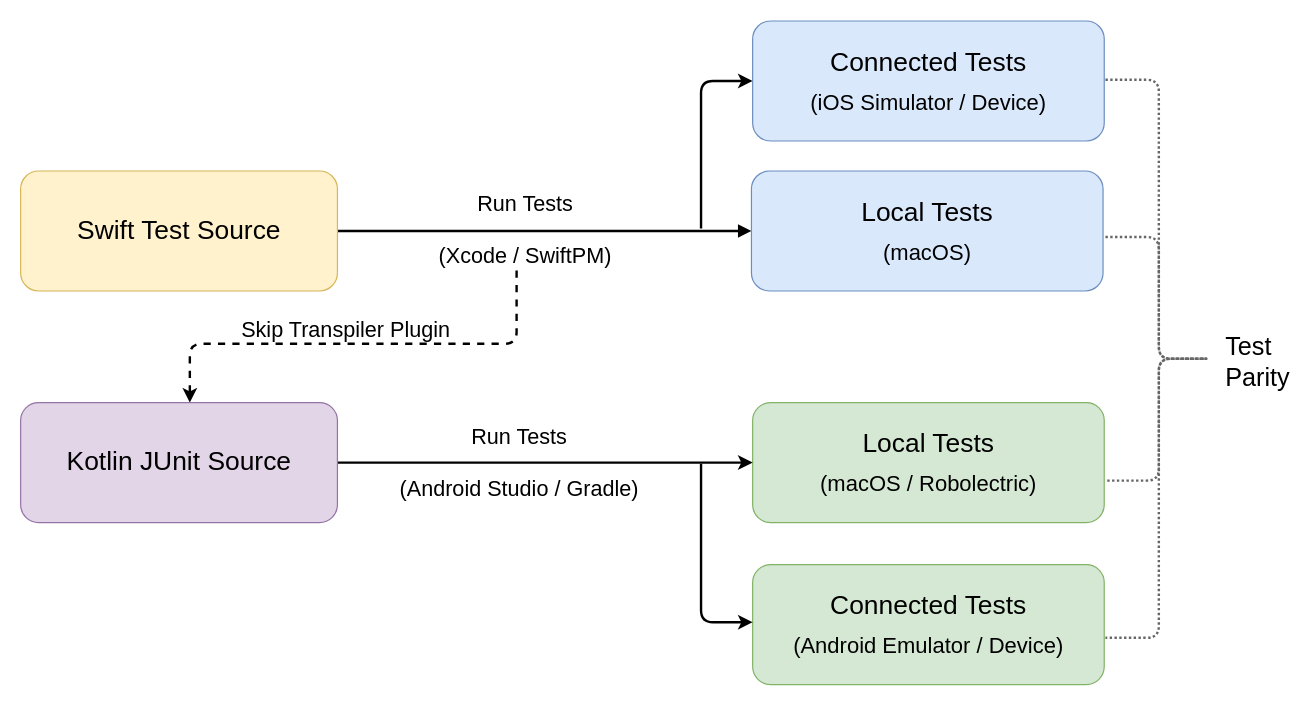
The draw.io diagram page "testing" (3 of 17) of diagrams/skip-diagrams.drawio in skiptools/assets.skip.dev, before the edit. Source tidied: cells renumbered, new cells numbered last; positions are measured from the earlier drawing's top-left corner, leaving out a move shared by most shapes. Both pictures are drawn from the tidied source at 120%, with x=0, y=0 at pixel (20, 20).
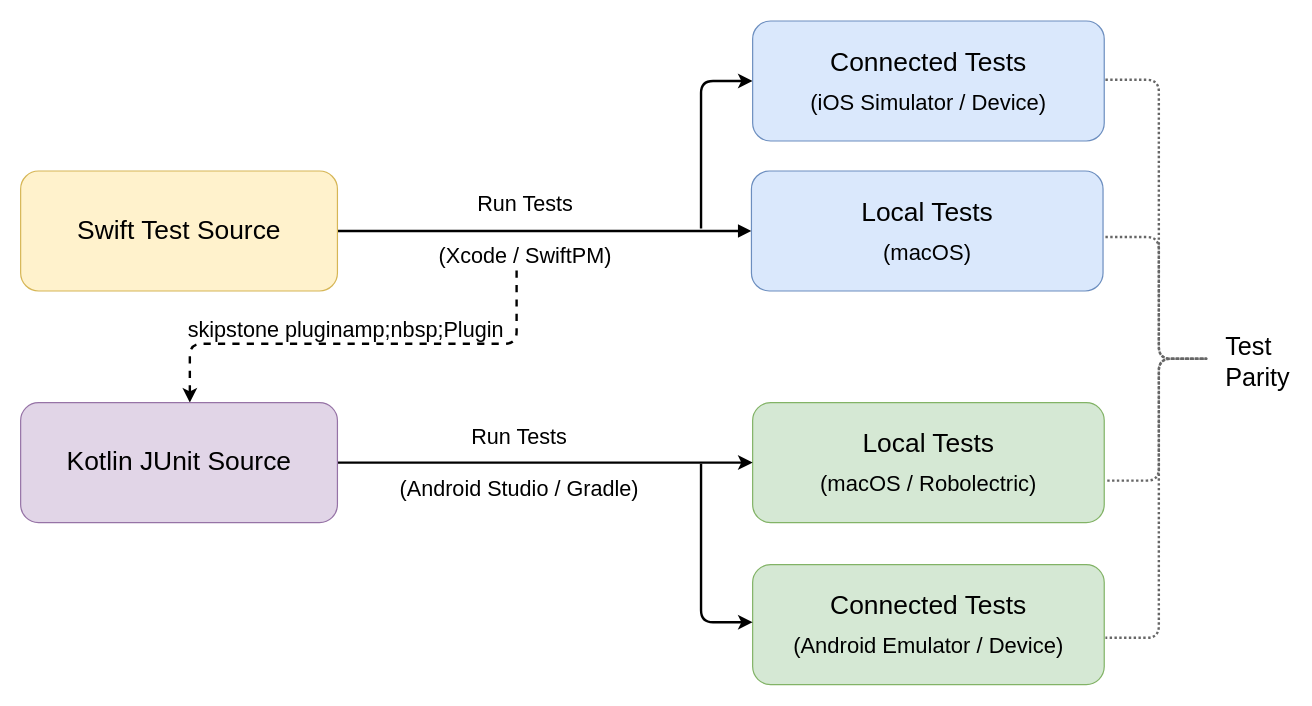
Above is the later version.

Commit message (it also covers changes not shown here):
Relabel "Skip Transpiler Plugin" to "skipstone plugin" in the diagrams.

Unchanged cells that the change refers to:
```xml
<mxCell id="4" style="edgeStyle=orthogonalEdgeStyle;rounded=1;orthogonalLoop=1;jettySize=auto;html=1;entryX=0.5;entryY=0;entryDx=0;entryDy=0;curved=0;dashed=1;strokeWidth=2;" parent="1" edge="1">
  <mxGeometry relative="1" as="geometry">
    <mxPoint x="413" y="208" as="sourcePoint" />
    <mxPoint x="140.7" y="318" as="targetPoint" />
    <Array as="points">
      <mxPoint x="140.7" y="269" />
    </Array>
  </mxGeometry>
</mxCell>
```

Change to the diagram source:
```diff
@@
-    <mxCell id="5" value="&lt;span style=&quot;font-weight: normal; font-size: 18px;&quot;&gt;&amp;nbsp;Skip Transpiler&amp;nbsp;&lt;font style=&quot;font-size: 18px;&quot;&gt;Plugin&lt;/font&gt;&lt;/span&gt;" style="edgeLabel;html=1;align=center;verticalAlign=middle;fontSize=18;fontStyle=1;labelBackgroundColor=none;" parent="4" vertex="1">
+    <mxCell id="5" value="&lt;span style=&quot;font-weight: normal; font-size: 18px;&quot;&gt;&amp;nbsp;skipstone pluginamp;nbsp;&lt;font style=&quot;font-size: 18px;&quot;&gt;Plugin&lt;/font&gt;&lt;/span&gt;" style="edgeLabel;html=1;align=center;verticalAlign=middle;fontSize=18;fontStyle=1;labelBackgroundColor=none;" parent="4" vertex="1">
       <mxGeometry x="0.09" relative="1" as="geometry">
         <mxPoint x="1" y="-12" as="offset" />
       </mxGeometry>
     </mxCell>
```
